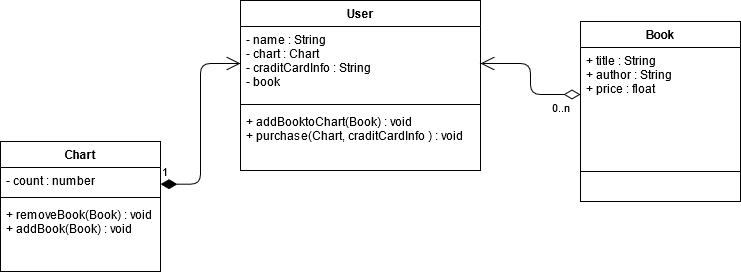
Poomipat-Ch/SoftArchDesign keeps this draw.io diagram as Bookstore.png. Above is the earlier version. Source tidied: cells renumbered, new cells last; positions are measured from the earlier drawing's top-left corner, leaving out a move shared by most shapes. The source it was exported from:
```xml
<mxGraphModel>
  <root>
    <mxCell id="0" />
    <mxCell id="1" parent="0" />
    <mxCell id="2" value="User" style="swimlane;fontStyle=1;align=center;verticalAlign=top;horizontal=1;startSize=26;" parent="1" vertex="1">
      <mxGeometry x="240" width="240" height="170" as="geometry" />
    </mxCell>
    <mxCell id="3" value="- name : String&#10;- chart : Chart&#10;- craditCardInfo : String&#10;- book&#10;&#10;" style="text;strokeColor=none;fillColor=none;align=left;verticalAlign=top;spacingLeft=4;spacingRight=4;overflow=hidden;points=[[0,0.5],[1,0.5]];portConstraint=eastwest;" parent="2" vertex="1">
      <mxGeometry y="26" width="240" height="74" as="geometry" />
    </mxCell>
    <mxCell id="4" style="line;strokeWidth=1;fillColor=none;align=left;verticalAlign=middle;spacingTop=-1;spacingLeft=3;spacingRight=3;labelPosition=right;" parent="2" vertex="1">
      <mxGeometry y="100" width="240" height="8" as="geometry" />
    </mxCell>
    <mxCell id="5" value="+ addBooktoChart(Book) : void&#10;+ purchase(Chart, craditCardInfo ) : void" style="text;strokeColor=none;fillColor=none;align=left;verticalAlign=top;spacingLeft=4;spacingRight=4;overflow=hidden;" parent="2" vertex="1">
      <mxGeometry y="108" width="240" height="62" as="geometry" />
    </mxCell>
    <mxCell id="6" value="Book" style="swimlane;fontStyle=1;align=center;verticalAlign=top;horizontal=1;startSize=26;" parent="1" vertex="1">
      <mxGeometry x="580" y="21" width="160" height="180" as="geometry" />
    </mxCell>
    <mxCell id="7" value="+ title : String&#10;+ author : String&#10;+ price : float&#10;" style="text;strokeColor=none;fillColor=none;align=left;verticalAlign=top;spacingLeft=4;spacingRight=4;overflow=hidden;points=[[0,0.5],[1,0.5]];portConstraint=eastwest;" parent="6" vertex="1">
      <mxGeometry y="26" width="160" height="94" as="geometry" />
    </mxCell>
    <mxCell id="8" style="line;strokeWidth=1;fillColor=none;align=left;verticalAlign=middle;spacingTop=-1;spacingLeft=3;spacingRight=3;labelPosition=right;" parent="6" vertex="1">
      <mxGeometry y="120" width="160" height="60" as="geometry" />
    </mxCell>
    <mxCell id="9" value="Chart" style="swimlane;fontStyle=1;align=center;verticalAlign=top;horizontal=1;startSize=26;" parent="1" vertex="1">
      <mxGeometry y="141" width="160" height="130" as="geometry" />
    </mxCell>
    <mxCell id="10" value="- count : number" style="text;strokeColor=none;fillColor=none;align=left;verticalAlign=top;spacingLeft=4;spacingRight=4;overflow=hidden;" parent="9" vertex="1">
      <mxGeometry y="26" width="160" height="26" as="geometry" />
    </mxCell>
    <mxCell id="11" style="line;strokeWidth=1;fillColor=none;align=left;verticalAlign=middle;spacingTop=-1;spacingLeft=3;spacingRight=3;labelPosition=right;" parent="9" vertex="1">
      <mxGeometry y="52" width="160" height="8" as="geometry" />
    </mxCell>
    <mxCell id="12" value="+ removeBook(Book) : void&#10;+ addBook(Book) : void&#10;" style="text;strokeColor=none;fillColor=none;align=left;verticalAlign=top;spacingLeft=4;spacingRight=4;overflow=hidden;" parent="9" vertex="1">
      <mxGeometry y="60" width="160" height="70" as="geometry" />
    </mxCell>
    <mxCell id="13" value="1" style="endArrow=open;html=1;endSize=12;startArrow=diamondThin;startSize=14;startFill=1;edgeStyle=orthogonalEdgeStyle;align=left;verticalAlign=bottom;" parent="1" edge="1" target="3">
      <mxGeometry x="-1" y="3" relative="1" as="geometry">
        <mxPoint x="160" y="183.7" as="sourcePoint" />
        <Array as="points">
          <mxPoint x="200" y="184" />
          <mxPoint x="200" y="63" />
        </Array>
      </mxGeometry>
    </mxCell>
    <mxCell id="14" style="endArrow=open;html=1;endSize=12;startArrow=diamondThin;startSize=14;startFill=0;edgeStyle=orthogonalEdgeStyle;entryX=1;entryY=0.5;entryDx=0;entryDy=0;" parent="1" edge="1" source="7" target="3">
      <mxGeometry x="-0.02" y="-10" relative="1" as="geometry" />
    </mxCell>
    <mxCell id="15" value="0..n" style="edgeLabel;html=1;align=left;verticalAlign=top;" parent="14" vertex="1">
      <mxGeometry x="-1" relative="1" as="geometry">
        <mxPoint x="-30" as="offset" />
      </mxGeometry>
    </mxCell>
  </root>
</mxGraphModel>
```
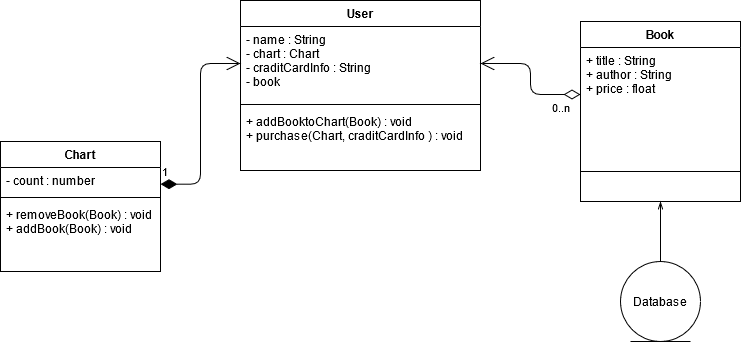
Above is the later version.

Change to the diagram source:
```diff
@@ -52,5 +52,11 @@
         <mxPoint x="-30" as="offset" />
       </mxGeometry>
     </mxCell>
+    <mxCell id="16" style="edgeStyle=orthogonalEdgeStyle;rounded=1;jettySize=auto;html=1;startArrow=none;startFill=0;endArrow=openThin;endFill=0;strokeColor=#000000;entryX=0.5;entryY=1;entryDx=0;entryDy=0;" parent="1" edge="1" source="17" target="6">
+      <mxGeometry relative="1" as="geometry" />
+    </mxCell>
+    <mxCell id="17" value="Database" style="ellipse;shape=umlEntity;whiteSpace=wrap;html=1;" parent="1" vertex="1">
+      <mxGeometry x="620" y="261" width="80" height="80" as="geometry" />
+    </mxCell>
   </root>
 </mxGraphModel>
```
